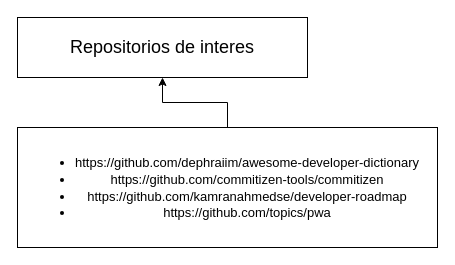
Before: page "Key notes" (2 of 2) of Notas de desarrollo influx.drawio in josemanuelep/my_dyagrams, a draw.io diagram. Source tidied: cells renumbered, new cells numbered last; positions are measured from the earlier drawing's top-left corner, leaving out a move shared by most shapes. Both pictures are drawn from the tidied source at 100%, with x=0, y=0 at pixel (17, 17).
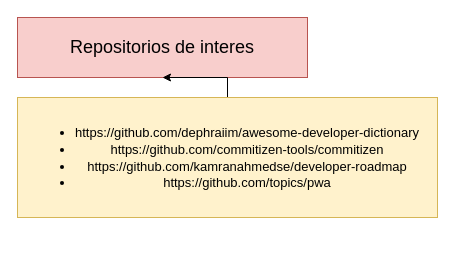
The same diagram, later.

The edit, as a diff of the source:
```diff
@@
 <mxGraphModel>
   <root>
     <mxCell id="0" />
     <mxCell id="1" parent="0" />
-    <mxCell id="2" value="Repositorios de interes" style="rounded=0;whiteSpace=wrap;html=1;fontSize=18;" parent="1" vertex="1">
+    <mxCell id="2" value="Repositorios de interes" style="rounded=0;whiteSpace=wrap;html=1;fontSize=18;fillColor=#f8cecc;strokeColor=#b85450;" parent="1" vertex="1">
       <mxGeometry width="290" height="60" as="geometry" />
     </mxCell>
     <mxCell id="3" style="edgeStyle=orthogonalEdgeStyle;rounded=0;jettySize=auto;html=1;fontSize=14;" parent="1" edge="1" source="4" target="2">
       <mxGeometry relative="1" as="geometry" />
     </mxCell>
-    <mxCell id="4" value="&lt;ul&gt;&lt;li&gt;&lt;span style=&quot;font-size: 13px&quot;&gt;https://github.com/dephraiim/awesome-developer-dictionary&lt;/span&gt;&lt;/li&gt;&lt;li&gt;&lt;span style=&quot;font-size: 13px&quot;&gt;https://github.com/commitizen-tools/commitizen&lt;/span&gt;&lt;br&gt;&lt;/li&gt;&lt;li&gt;&lt;span style=&quot;font-size: 13px&quot;&gt;https://github.com/kamranahmedse/developer-roadmap&lt;/span&gt;&lt;br&gt;&lt;/li&gt;&lt;li&gt;&lt;span style=&quot;font-size: 13px&quot;&gt;https://github.com/topics/pwa&lt;/span&gt;&lt;br&gt;&lt;/li&gt;&lt;/ul&gt;" style="rounded=0;whiteSpace=wrap;html=1;fontSize=14;" parent="1" vertex="1">
-      <mxGeometry y="110" width="420" height="120" as="geometry" />
+    <mxCell id="4" value="&lt;ul&gt;&lt;li&gt;&lt;span style=&quot;font-size: 13px&quot;&gt;https://github.com/dephraiim/awesome-developer-dictionary&lt;/span&gt;&lt;/li&gt;&lt;li&gt;&lt;span style=&quot;font-size: 13px&quot;&gt;https://github.com/commitizen-tools/commitizen&lt;/span&gt;&lt;br&gt;&lt;/li&gt;&lt;li&gt;&lt;span style=&quot;font-size: 13px&quot;&gt;https://github.com/kamranahmedse/developer-roadmap&lt;/span&gt;&lt;br&gt;&lt;/li&gt;&lt;li&gt;&lt;span style=&quot;font-size: 13px&quot;&gt;https://github.com/topics/pwa&lt;/span&gt;&lt;br&gt;&lt;/li&gt;&lt;/ul&gt;" style="rounded=0;whiteSpace=wrap;html=1;fontSize=14;fillColor=#fff2cc;strokeColor=#d6b656;" parent="1" vertex="1">
+      <mxGeometry y="80" width="420" height="120" as="geometry" />
     </mxCell>
   </root>
 </mxGraphModel>
```
